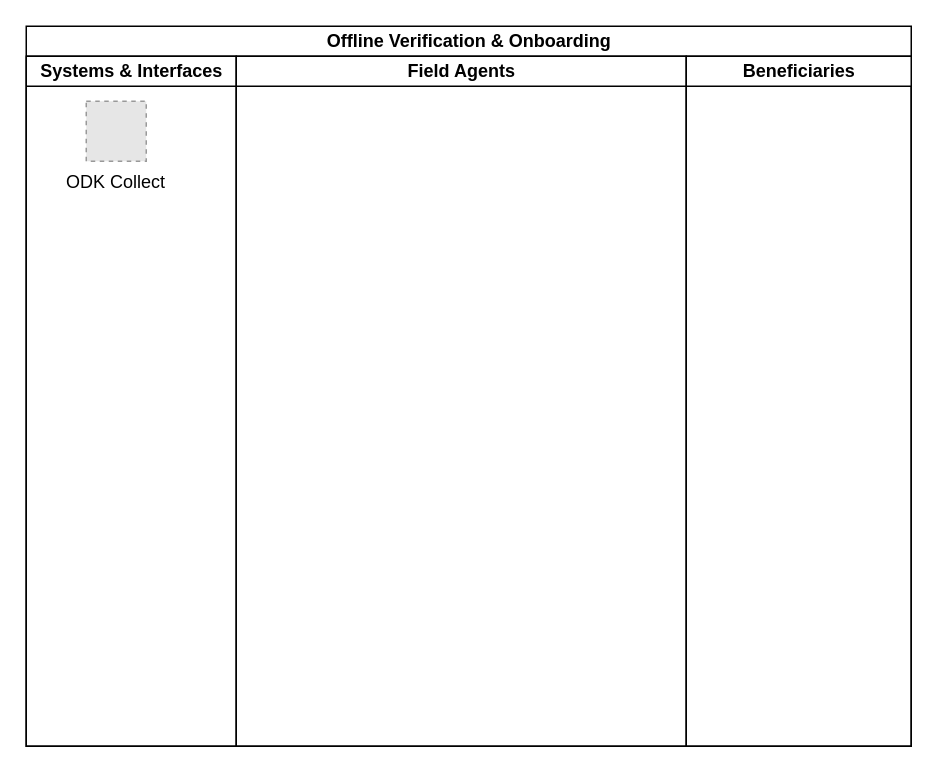
Above: .gitbook/assets/offline_verification_and_onboarding.drawio in OpenG2P/openg2p-documentation (draw.io), before the change. Source tidied: cells renumbered, new cells numbered last; positions are measured from the earlier drawing's top-left corner, leaving out a move shared by most shapes. Both pictures are drawn from the tidied source at 150%, with x=0, y=0 at pixel (26, 26). Pictures stored in the file or linked from it are replaced by grey dashed boxes.
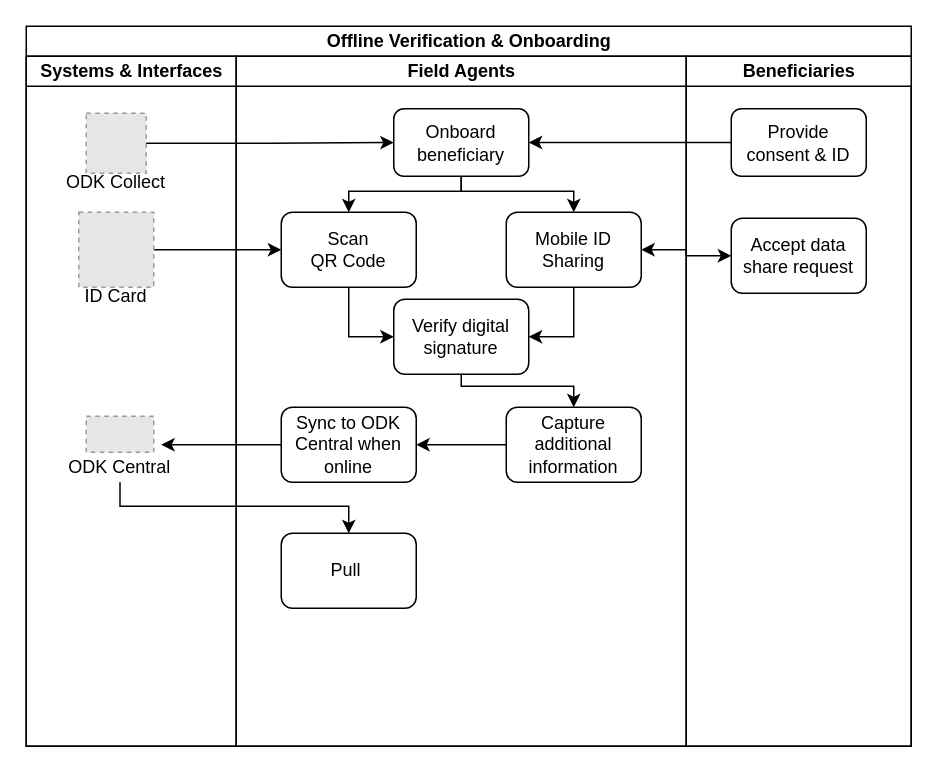
The same diagram, later.

Unchanged cells that the change refers to:
```xml
<mxCell id="2" value="Offline Verification &amp;amp; Onboarding" style="swimlane;startSize=20;html=1;" parent="1" vertex="1">
  <mxGeometry width="590" height="480" as="geometry" />
</mxCell>
<mxCell id="3" value="Systems &amp;amp; Interfaces" style="swimlane;startSize=20;html=1;" parent="2" vertex="1">
  <mxGeometry y="20" width="140" height="460" as="geometry" />
</mxCell>
<mxCell id="5" value="Field Agents" style="swimlane;startSize=20;html=1;" parent="2" vertex="1">
  <mxGeometry x="140" y="20" width="300" height="460" as="geometry" />
</mxCell>
<mxCell id="6" value="Beneficiaries" style="swimlane;startSize=20;html=1;" parent="2" vertex="1">
  <mxGeometry x="440" y="20" width="150" height="460" as="geometry" />
</mxCell>
```

What changed in the source:
```diff
@@
-<mxGraphModel>
+<mxGraphModel background="#FFFFFF">
@@
+    <mxCell id="7" style="edgeStyle=orthogonalEdgeStyle;rounded=0;jettySize=auto;html=1;entryX=0;entryY=0.5;entryDx=0;entryDy=0;" parent="2" edge="1" source="8" target="17">
+      <mxGeometry relative="1" as="geometry" />
+    </mxCell>
@@
-    <mxCell id="4" value="ODK Collect" style="fillColor=#E6E6E6;strokeColor=#999999;dashed=1;verticalLabelPosition=bottom;verticalAlign=top;" parent="3" vertex="1">
-      <mxGeometry x="40" y="30" width="40" height="40" as="geometry" />
+    <mxCell id="4" style="fillColor=#E6E6E6;strokeColor=#999999;dashed=1;verticalLabelPosition=bottom;verticalAlign=top;" parent="3" vertex="1">
+      <mxGeometry x="40" y="38" width="40" height="40" as="geometry" />
     </mxCell>
+    <mxCell id="8" style="fillColor=#E6E6E6;strokeColor=#999999;dashed=1;verticalLabelPosition=bottom;verticalAlign=top;" parent="3" vertex="1">
+      <mxGeometry x="35" y="104" width="50" height="50" as="geometry" />
+    </mxCell>
+    <mxCell id="9" value="ODK Collect" style="text;html=1;strokeColor=none;fillColor=none;align=center;verticalAlign=middle;whiteSpace=wrap;rounded=0;" parent="3" vertex="1">
+      <mxGeometry x="25" y="69" width="70" height="30" as="geometry" />
+    </mxCell>
+    <mxCell id="10" value="ID Card" style="text;html=1;strokeColor=none;fillColor=none;align=center;verticalAlign=middle;whiteSpace=wrap;rounded=0;" parent="3" vertex="1">
+      <mxGeometry x="25" y="150" width="70" height="20" as="geometry" />
+    </mxCell>
+    <mxCell id="11" style="group;" parent="3" vertex="1">
+      <mxGeometry x="25" y="240" width="75" height="44" as="geometry" />
+    </mxCell>
+    <mxCell id="12" style="fillColor=#E6E6E6;strokeColor=#999999;dashed=1;verticalLabelPosition=bottom;verticalAlign=top;" parent="11" vertex="1">
+      <mxGeometry x="15" width="45" height="24" as="geometry" />
+    </mxCell>
+    <mxCell id="13" value="ODK Central" style="text;html=1;strokeColor=none;fillColor=none;align=center;verticalAlign=middle;whiteSpace=wrap;rounded=0;" parent="11" vertex="1">
+      <mxGeometry y="24" width="75" height="20" as="geometry" />
+    </mxCell>
@@
+    <mxCell id="14" style="edgeStyle=orthogonalEdgeStyle;rounded=0;jettySize=auto;html=1;entryX=0.5;entryY=0;entryDx=0;entryDy=0;exitX=0.5;exitY=1;exitDx=0;exitDy=0;" parent="5" edge="1" source="15" target="17">
+      <mxGeometry relative="1" as="geometry">
+        <Array as="points">
+          <mxPoint x="150" y="90" />
+          <mxPoint x="75" y="90" />
+        </Array>
+      </mxGeometry>
+    </mxCell>
+    <mxCell id="15" value="Onboard beneficiary" style="rounded=1;whiteSpace=wrap;html=1;" parent="5" vertex="1">
+      <mxGeometry x="105" y="35" width="90" height="45" as="geometry" />
+    </mxCell>
+    <mxCell id="16" style="edgeStyle=orthogonalEdgeStyle;rounded=0;jettySize=auto;html=1;entryX=0;entryY=0.5;entryDx=0;entryDy=0;startArrow=none;startFill=0;" parent="5" edge="1" source="17" target="22">
+      <mxGeometry relative="1" as="geometry" />
+    </mxCell>
+    <mxCell id="17" value="Scan &lt;br&gt;QR Code" style="rounded=1;whiteSpace=wrap;html=1;" parent="5" vertex="1">
+      <mxGeometry x="30" y="104" width="90" height="50" as="geometry" />
+    </mxCell>
+    <mxCell id="18" style="edgeStyle=orthogonalEdgeStyle;rounded=0;jettySize=auto;html=1;entryX=1;entryY=0.5;entryDx=0;entryDy=0;startArrow=none;startFill=0;" parent="5" edge="1" source="19" target="22">
+      <mxGeometry relative="1" as="geometry" />
+    </mxCell>
+    <mxCell id="19" value="Mobile ID Sharing" style="rounded=1;whiteSpace=wrap;html=1;" parent="5" vertex="1">
+      <mxGeometry x="180" y="104" width="90" height="50" as="geometry" />
+    </mxCell>
+    <mxCell id="20" style="edgeStyle=orthogonalEdgeStyle;rounded=0;jettySize=auto;html=1;entryX=0.5;entryY=0;entryDx=0;entryDy=0;exitX=0.5;exitY=1;exitDx=0;exitDy=0;" parent="5" edge="1" source="15" target="19">
+      <mxGeometry relative="1" as="geometry">
+        <Array as="points">
+          <mxPoint x="150" y="90" />
+          <mxPoint x="225" y="90" />
+        </Array>
+      </mxGeometry>
+    </mxCell>
+    <mxCell id="21" style="edgeStyle=orthogonalEdgeStyle;rounded=0;jettySize=auto;html=1;startArrow=none;startFill=0;entryX=0.5;entryY=0;entryDx=0;entryDy=0;" parent="5" edge="1" source="22" target="24">
+      <mxGeometry relative="1" as="geometry">
+        <Array as="points">
+          <mxPoint x="150" y="220" />
+          <mxPoint x="225" y="220" />
+        </Array>
+      </mxGeometry>
+    </mxCell>
+    <mxCell id="22" value="Verify digital signature" style="rounded=1;whiteSpace=wrap;html=1;" parent="5" vertex="1">
+      <mxGeometry x="105" y="162" width="90" height="50" as="geometry" />
+    </mxCell>
+    <mxCell id="23" style="edgeStyle=orthogonalEdgeStyle;rounded=0;jettySize=auto;html=1;startArrow=none;startFill=0;" parent="5" edge="1" source="24" target="25">
+      <mxGeometry relative="1" as="geometry" />
+    </mxCell>
+    <mxCell id="24" value="Capture additional information" style="rounded=1;whiteSpace=wrap;html=1;" parent="5" vertex="1">
+      <mxGeometry x="180" y="234" width="90" height="50" as="geometry" />
+    </mxCell>
+    <mxCell id="25" value="Sync to ODK Central when online" style="rounded=1;whiteSpace=wrap;html=1;" parent="5" vertex="1">
+      <mxGeometry x="30" y="234" width="90" height="50" as="geometry" />
+    </mxCell>
+    <mxCell id="26" value="Pull&amp;nbsp;" style="rounded=1;whiteSpace=wrap;html=1;" parent="5" vertex="1">
+      <mxGeometry x="30" y="318" width="90" height="50" as="geometry" />
+    </mxCell>
@@
+    <mxCell id="27" value="Provide &lt;br&gt;consent &amp;amp; ID" style="rounded=1;whiteSpace=wrap;html=1;" parent="6" vertex="1">
+      <mxGeometry x="30" y="35" width="90" height="45" as="geometry" />
+    </mxCell>
+    <mxCell id="28" value="Accept data share request" style="rounded=1;whiteSpace=wrap;html=1;" parent="6" vertex="1">
+      <mxGeometry x="30" y="108" width="90" height="50" as="geometry" />
+    </mxCell>
+    <mxCell id="29" style="edgeStyle=orthogonalEdgeStyle;rounded=0;jettySize=auto;html=1;" parent="2" edge="1" source="4" target="15">
+      <mxGeometry relative="1" as="geometry" />
+    </mxCell>
+    <mxCell id="30" style="edgeStyle=orthogonalEdgeStyle;rounded=0;jettySize=auto;html=1;entryX=1;entryY=0.5;entryDx=0;entryDy=0;" parent="2" edge="1" source="27" target="15">
+      <mxGeometry relative="1" as="geometry" />
+    </mxCell>
+    <mxCell id="31" style="edgeStyle=orthogonalEdgeStyle;rounded=0;jettySize=auto;html=1;startArrow=classic;startFill=1;" parent="2" edge="1" source="28" target="19">
+      <mxGeometry relative="1" as="geometry" />
+    </mxCell>
+    <mxCell id="32" style="edgeStyle=orthogonalEdgeStyle;rounded=0;jettySize=auto;html=1;entryX=0.5;entryY=0;entryDx=0;entryDy=0;startArrow=none;startFill=0;" parent="2" edge="1" source="13" target="26">
+      <mxGeometry relative="1" as="geometry">
+        <Array as="points">
+          <mxPoint x="63" y="320" />
+          <mxPoint x="215" y="320" />
+        </Array>
+      </mxGeometry>
+    </mxCell>
+    <mxCell id="33" style="edgeStyle=orthogonalEdgeStyle;rounded=0;jettySize=auto;html=1;startArrow=none;startFill=0;" parent="1" edge="1" source="25">
+      <mxGeometry relative="1" as="geometry">
+        <mxPoint x="90" y="279" as="targetPoint" />
+      </mxGeometry>
+    </mxCell>
```
